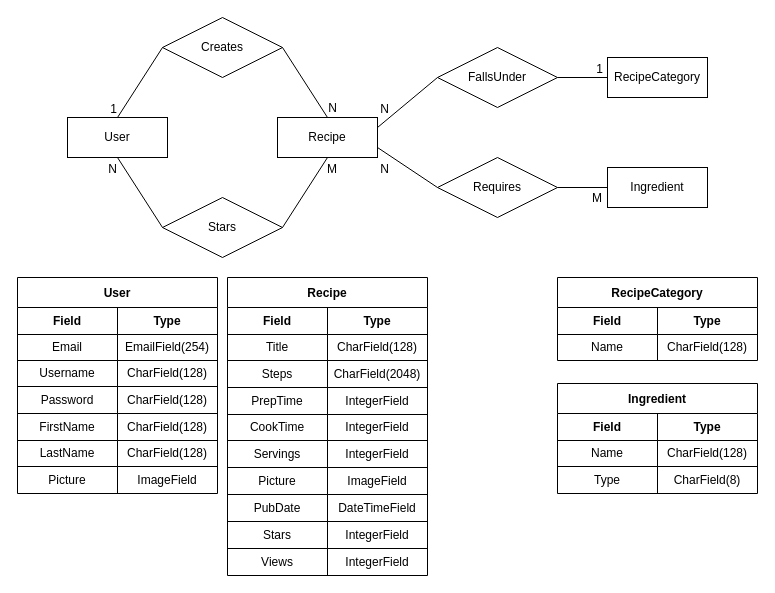
stellaevat/wad2_team1a_pantry keeps this draw.io diagram as Untitled Diagram.drawio. Above is the earlier version. Source tidied: cells renumbered, new cells numbered last; positions are measured from the earlier drawing's top-left corner, leaving out a move shared by most shapes. Both pictures are drawn from the tidied source at 100%, with x=0, y=0 at pixel (17, 17).
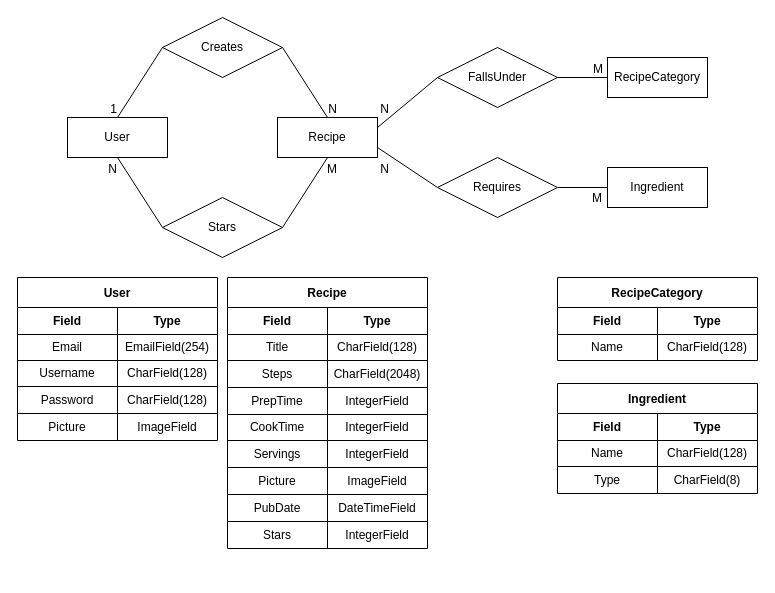
Above is the later version.

Commit message:
ER-diagram_third_draft

The change refers to these unchanged cells:
```xml
<mxCell id="14" style="endArrow=none;html=1;rounded=0;exitX=1;exitY=0.5;exitDx=0;exitDy=0;entryX=0.5;entryY=0;entryDx=0;entryDy=0;" parent="1" edge="1" source="5" target="3">
  <mxGeometry relative="1" as="geometry" />
</mxCell>
<mxCell id="82" style="endArrow=none;html=1;rounded=0;exitX=1;exitY=0.5;exitDx=0;exitDy=0;entryX=0;entryY=0.5;entryDx=0;entryDy=0;" parent="1" edge="1" source="81" target="80">
  <mxGeometry relative="1" as="geometry" />
</mxCell>
```

Change to the diagram source:
```diff
@@
     <mxCell id="15" value="N" style="html=1;align=right;verticalAlign=bottom;" parent="14" vertex="1">
       <mxGeometry x="1" relative="1" as="geometry">
-        <mxPoint x="10" y="-1" as="offset" />
+        <mxPoint x="10" as="offset" />
       </mxGeometry>
     </mxCell>
@@
     <mxCell id="20" value="Recipe" style="shape=table;startSize=30;childLayout=tableLayout;fontStyle=1;" parent="1" vertex="1">
-      <mxGeometry x="210" y="260" width="200" height="298" as="geometry" />
+      <mxGeometry x="210" y="260" width="200" height="271" as="geometry" />
     </mxCell>
@@
-    <mxCell id="48" style="shape=tableRow;horizontal=0;startSize=0;swimlaneHead=0;swimlaneBody=0;top=0;left=0;bottom=0;right=0;fillColor=none;" parent="20" vertex="1">
-      <mxGeometry y="271" width="200" height="27" as="geometry" />
-    </mxCell>
-    <mxCell id="49" value="Views" style="shape=partialRectangle;html=1;whiteSpace=wrap;overflow=hidden;fillColor=none;top=0;left=0;bottom=0;right=0;" parent="48" vertex="1">
-      <mxGeometry width="100" height="27" as="geometry" />
-    </mxCell>
-    <mxCell id="50" value="IntegerField" style="shape=partialRectangle;html=1;whiteSpace=wrap;overflow=hidden;fillColor=none;top=0;left=0;bottom=0;right=0;" parent="48" vertex="1">
-      <mxGeometry x="100" width="100" height="27" as="geometry" />
-    </mxCell>
@@
     <mxCell id="58" value="User" style="shape=table;startSize=30;childLayout=tableLayout;fontStyle=1;" parent="1" vertex="1">
-      <mxGeometry y="260" width="200" height="216" as="geometry" />
+      <mxGeometry y="260" width="200" height="163" as="geometry" />
     </mxCell>
@@
-    <mxCell id="71" style="shape=tableRow;horizontal=0;startSize=0;swimlaneHead=0;swimlaneBody=0;top=0;left=0;bottom=0;right=0;fillColor=none;" parent="58" vertex="1">
-      <mxGeometry y="136" width="200" height="27" as="geometry" />
-    </mxCell>
-    <mxCell id="72" value="FirstName" style="shape=partialRectangle;html=1;whiteSpace=wrap;overflow=hidden;fillColor=none;top=0;left=0;bottom=0;right=0;" parent="71" vertex="1">
-      <mxGeometry width="100" height="27" as="geometry" />
-    </mxCell>
-    <mxCell id="73" value="CharField(128)" style="shape=partialRectangle;html=1;whiteSpace=wrap;overflow=hidden;fillColor=none;top=0;left=0;bottom=0;right=0;" parent="71" vertex="1">
-      <mxGeometry x="100" width="100" height="27" as="geometry" />
-    </mxCell>
-    <mxCell id="74" style="shape=tableRow;horizontal=0;startSize=0;swimlaneHead=0;swimlaneBody=0;top=0;left=0;bottom=0;right=0;fillColor=none;" parent="58" vertex="1">
-      <mxGeometry y="163" width="200" height="26" as="geometry" />
-    </mxCell>
-    <mxCell id="75" value="LastName" style="shape=partialRectangle;html=1;whiteSpace=wrap;overflow=hidden;fillColor=none;top=0;left=0;bottom=0;right=0;" parent="74" vertex="1">
-      <mxGeometry width="100" height="26" as="geometry" />
-    </mxCell>
-    <mxCell id="76" value="CharField(128)" style="shape=partialRectangle;html=1;whiteSpace=wrap;overflow=hidden;fillColor=none;top=0;left=0;bottom=0;right=0;" parent="74" vertex="1">
-      <mxGeometry x="100" width="100" height="26" as="geometry" />
-    </mxCell>
     <mxCell id="77" style="shape=tableRow;horizontal=0;startSize=0;swimlaneHead=0;swimlaneBody=0;top=0;left=0;bottom=0;right=0;fillColor=none;" parent="58" vertex="1">
-      <mxGeometry y="189" width="200" height="27" as="geometry" />
+      <mxGeometry y="136" width="200" height="27" as="geometry" />
     </mxCell>
@@
-    <mxCell id="83" value="1" style="html=1;align=right;verticalAlign=bottom;" parent="82" vertex="1">
+    <mxCell id="83" value="M" style="html=1;align=right;verticalAlign=bottom;" parent="82" vertex="1">
       <mxGeometry x="1" relative="1" as="geometry">
         <mxPoint x="-4" as="offset" />
       </mxGeometry>
     </mxCell>
```
